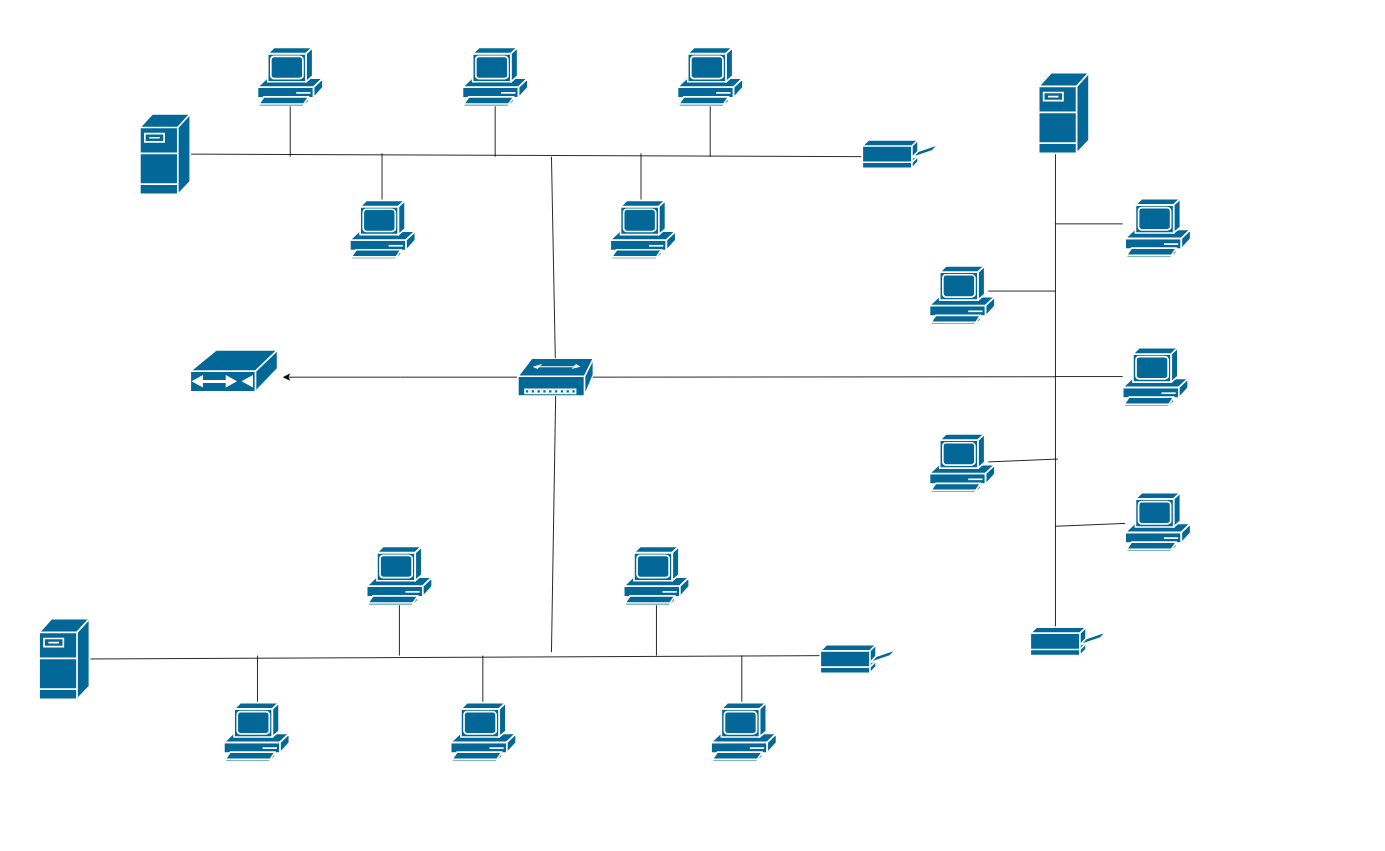
This is Files/IT Infrastracture.drawio from Jocriaus/Diagrams, a draw.io file, before an edit. Source tidied: cells renumbered, new cells numbered last; positions are measured from the earlier drawing's top-left corner, leaving out a move shared by most shapes. Both pictures are drawn from the tidied source at 84%, with x=0, y=0 at pixel (39, 47).
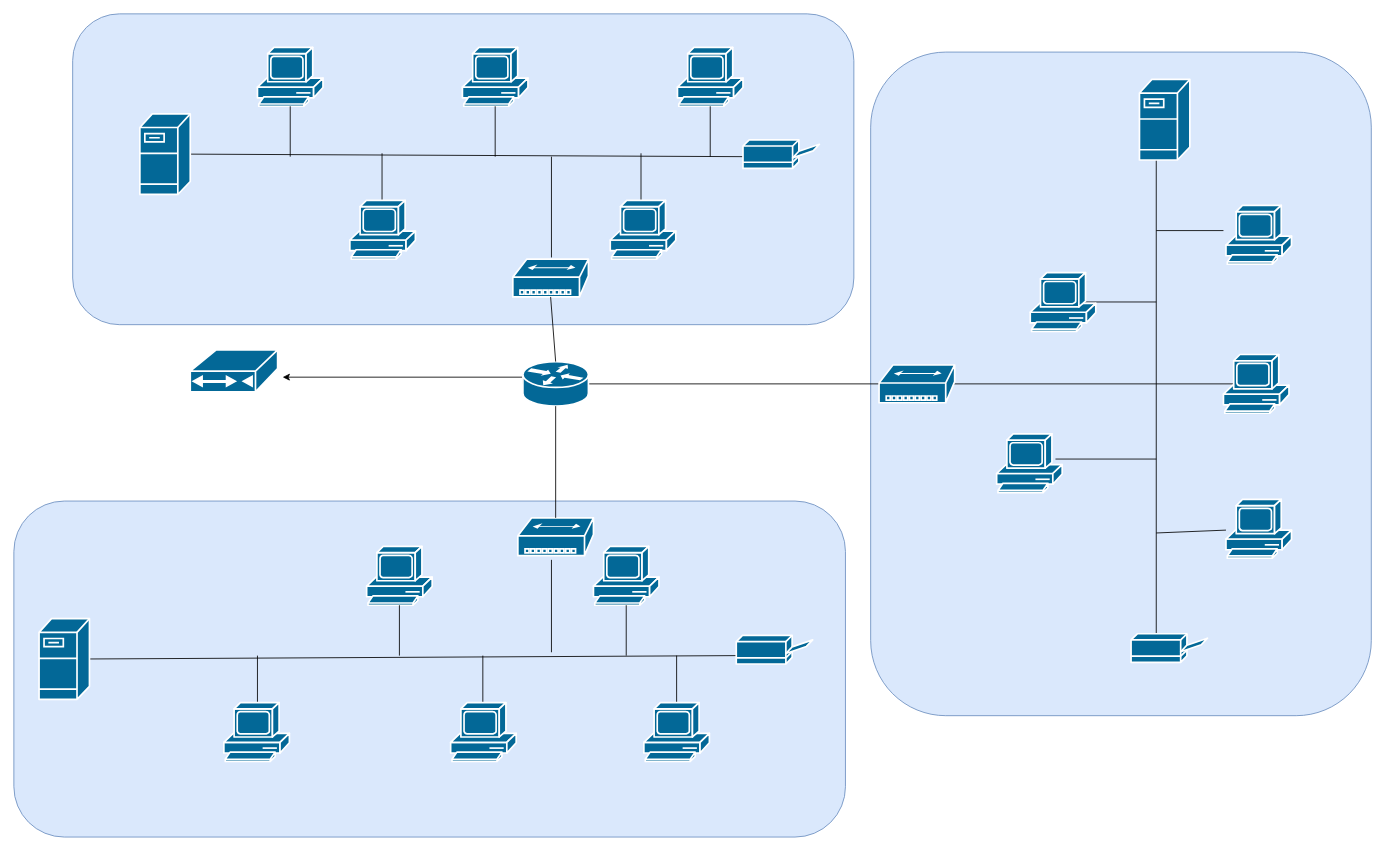
The same page after the edit.

The change refers to these unchanged cells:
```xml
<mxCell id="28" style="shape=mxgraph.cisco.servers.fileserver;html=1;dashed=0;fillColor=#036897;strokeColor=#ffffff;strokeWidth=2;verticalLabelPosition=bottom;verticalAlign=top;align=center;outlineConnect=0;" parent="1" vertex="1">
  <mxGeometry x="120" y="79" width="60" height="96" as="geometry" />
</mxCell>
<mxCell id="30" style="shape=mxgraph.cisco.servers.fileserver;html=1;dashed=0;fillColor=#036897;strokeColor=#ffffff;strokeWidth=2;verticalLabelPosition=bottom;verticalAlign=top;align=center;outlineConnect=0;" parent="1" vertex="1">
  <mxGeometry y="680" width="60" height="96" as="geometry" />
</mxCell>
```

What changed in the source:
```diff
@@
+    <mxCell id="47" style="rounded=1;whiteSpace=wrap;html=1;fillColor=#dae8fc;strokeColor=#6c8ebf;fontColor=default;" parent="1" vertex="1">
+      <mxGeometry x="40" y="-40" width="930" height="370" as="geometry" />
+    </mxCell>
+    <mxCell id="48" style="rounded=1;whiteSpace=wrap;html=1;fillColor=#dae8fc;strokeColor=#6c8ebf;fontColor=default;" parent="1" vertex="1">
+      <mxGeometry x="990" y="5.5" width="596" height="790" as="geometry" />
+    </mxCell>
+    <mxCell id="49" style="rounded=1;whiteSpace=wrap;html=1;fillColor=#dae8fc;strokeColor=#6c8ebf;fontColor=default;" parent="1" vertex="1">
+      <mxGeometry x="-30" y="540" width="990" height="400" as="geometry" />
+    </mxCell>
@@
-    <mxCell id="5" style="endArrow=none;html=1;exitX=1;exitY=0.5;exitDx=0;exitDy=0;exitPerimeter=0;" parent="1" edge="1" source="28">
+    <mxCell id="5" style="endArrow=none;html=1;exitX=1;exitY=0.5;exitDx=0;exitDy=0;exitPerimeter=0;strokeColor=default;labelBackgroundColor=default;fontColor=default;" parent="1" edge="1" source="28">
       <mxGeometry relative="1" as="geometry">
-        <mxPoint x="980" y="130" as="targetPoint" />
+        <mxPoint x="840" y="130" as="targetPoint" />
       </mxGeometry>
     </mxCell>
@@
-    <mxCell id="9" style="shape=mxgraph.cisco.computers_and_peripherals.printer;html=1;dashed=0;fillColor=#036897;strokeColor=#ffffff;strokeWidth=2;verticalLabelPosition=bottom;verticalAlign=top;align=center;" parent="1" vertex="1">
-      <mxGeometry x="980" y="110" width="91" height="34" as="geometry" />
+    <mxCell id="9" style="shape=mxgraph.cisco.computers_and_peripherals.printer;html=1;dashed=0;fillColor=#036897;strokeColor=#ffffff;strokeWidth=2;verticalLabelPosition=bottom;verticalAlign=top;align=center;fontColor=default;" parent="1" vertex="1">
+      <mxGeometry x="838" y="110" width="91" height="34" as="geometry" />
     </mxCell>
-    <mxCell id="10" style="endArrow=none;html=1;" parent="1" edge="1">
+    <mxCell id="10" style="endArrow=none;html=1;fontColor=default;" parent="1" edge="1">
       <mxGeometry relative="1" as="geometry">
-        <mxPoint x="1210" y="690" as="sourcePoint" />
-        <mxPoint x="1210" y="120" as="targetPoint" />
+        <mxPoint x="1330" y="698" as="sourcePoint" />
+        <mxPoint x="1330" y="128" as="targetPoint" />
       </mxGeometry>
     </mxCell>
-    <mxCell id="11" style="edgeStyle=orthogonalEdgeStyle;rounded=0;jettySize=auto;html=1;" parent="1" edge="1" source="12">
+    <mxCell id="11" style="edgeStyle=orthogonalEdgeStyle;rounded=0;jettySize=auto;html=1;strokeColor=default;labelBackgroundColor=default;fontColor=default;exitX=0;exitY=0.5;exitDx=0;exitDy=0;exitPerimeter=0;" parent="1" edge="1" source="53">
       <mxGeometry relative="1" as="geometry">
         <mxPoint x="290" y="392.5" as="targetPoint" />
+        <Array as="points">
+          <mxPoint x="576" y="393" />
+        </Array>
       </mxGeometry>
     </mxCell>
-    <mxCell id="12" style="shape=mxgraph.cisco.hubs_and_gateways.small_hub;html=1;dashed=0;fillColor=#036897;strokeColor=#ffffff;strokeWidth=2;verticalLabelPosition=bottom;verticalAlign=top;align=center;outlineConnect=0;" parent="1" vertex="1">
-      <mxGeometry x="570" y="370" width="90" height="45" as="geometry" />
+    <mxCell id="12" style="shape=mxgraph.cisco.hubs_and_gateways.small_hub;html=1;dashed=0;fillColor=#036897;strokeColor=#ffffff;strokeWidth=2;verticalLabelPosition=bottom;verticalAlign=top;align=center;outlineConnect=0;fontColor=default;" parent="1" vertex="1">
+      <mxGeometry x="564" y="252" width="90" height="45" as="geometry" />
     </mxCell>
-    <mxCell id="13" style="endArrow=none;html=1;exitX=0.99;exitY=0.5;exitDx=0;exitDy=0;exitPerimeter=0;" parent="1" edge="1" source="12">
-      <mxGeometry relative="1" as="geometry">
-        <mxPoint x="1210" y="392" as="targetPoint" />
-      </mxGeometry>
+    <mxCell id="13" style="endArrow=none;html=1;strokeColor=default;labelBackgroundColor=default;fontColor=default;entryX=0.16;entryY=0.5;entryDx=0;entryDy=0;entryPerimeter=0;exitX=1;exitY=0.5;exitDx=0;exitDy=0;exitPerimeter=0;" parent="1" edge="1" source="53" target="43">
+      <mxGeometry relative="1" as="geometry" />
     </mxCell>
-    <mxCell id="14" style="endArrow=none;html=1;" parent="1" edge="1" source="12">
+    <mxCell id="14" style="endArrow=none;html=1;strokeColor=default;labelBackgroundColor=default;fontColor=default;" parent="1" edge="1">
       <mxGeometry relative="1" as="geometry">
+        <mxPoint x="610" y="250" as="sourcePoint" />
         <mxPoint x="610" y="130" as="targetPoint" />
       </mxGeometry>
     </mxCell>
-    <mxCell id="15" style="endArrow=none;html=1;" parent="1" edge="1">
+    <mxCell id="15" style="endArrow=none;html=1;fontColor=default;" parent="1" edge="1">
       <mxGeometry relative="1" as="geometry">
-        <mxPoint x="1210" y="210" as="sourcePoint" />
-        <mxPoint x="1290" y="210" as="targetPoint" />
+        <mxPoint x="1330" y="218" as="sourcePoint" />
+        <mxPoint x="1410" y="218" as="targetPoint" />
       </mxGeometry>
     </mxCell>
-    <mxCell id="16" style="endArrow=none;html=1;" parent="1" edge="1">
-      <mxGeometry relative="1" as="geometry">
-        <mxPoint x="1210" y="391.8" as="sourcePoint" />
-        <mxPoint x="1290" y="391.8" as="targetPoint" />
-      </mxGeometry>
-    </mxCell>
-    <mxCell id="17" style="endArrow=none;html=1;" parent="1" edge="1">
+    <mxCell id="17" style="endArrow=none;html=1;fontColor=default;" parent="1" edge="1">
       <mxGeometry relative="1" as="geometry">
-        <mxPoint x="1210" y="570" as="sourcePoint" />
-        <mxPoint x="1293" y="566.6" as="targetPoint" />
+        <mxPoint x="1330" y="578" as="sourcePoint" />
+        <mxPoint x="1413" y="574.6" as="targetPoint" />
       </mxGeometry>
     </mxCell>
-    <mxCell id="18" style="shape=mxgraph.cisco.computers_and_peripherals.pc;html=1;dashed=0;fillColor=#036897;strokeColor=#ffffff;strokeWidth=2;verticalLabelPosition=bottom;verticalAlign=top;align=center;" parent="1" vertex="1">
-      <mxGeometry x="1293" y="180" width="78" height="70" as="geometry" />
+    <mxCell id="18" style="shape=mxgraph.cisco.computers_and_peripherals.pc;html=1;dashed=0;fillColor=#036897;strokeColor=#ffffff;strokeWidth=2;verticalLabelPosition=bottom;verticalAlign=top;align=center;fontColor=default;" parent="1" vertex="1">
+      <mxGeometry x="1413" y="188" width="78" height="70" as="geometry" />
     </mxCell>
-    <mxCell id="19" style="shape=mxgraph.cisco.computers_and_peripherals.printer;html=1;dashed=0;fillColor=#036897;strokeColor=#ffffff;strokeWidth=2;verticalLabelPosition=bottom;verticalAlign=top;align=center;" parent="1" vertex="1">
-      <mxGeometry x="1180" y="690" width="91" height="34" as="geometry" />
+    <mxCell id="19" style="shape=mxgraph.cisco.computers_and_peripherals.printer;html=1;dashed=0;fillColor=#036897;strokeColor=#ffffff;strokeWidth=2;verticalLabelPosition=bottom;verticalAlign=top;align=center;fontColor=default;" parent="1" vertex="1">
+      <mxGeometry x="1300" y="698" width="91" height="34" as="geometry" />
     </mxCell>
-    <mxCell id="20" style="endArrow=none;html=1;entryX=0.5;entryY=1;entryDx=0;entryDy=0;entryPerimeter=0;" parent="1" edge="1" target="12">
-      <mxGeometry relative="1" as="geometry">
-        <mxPoint x="610" y="720" as="sourcePoint" />
-      </mxGeometry>
-    </mxCell>
-    <mxCell id="21" style="endArrow=none;html=1;exitX=1;exitY=0.5;exitDx=0;exitDy=0;exitPerimeter=0;" parent="1" edge="1" source="30">
+    <mxCell id="21" style="endArrow=none;html=1;exitX=1;exitY=0.5;exitDx=0;exitDy=0;exitPerimeter=0;strokeColor=default;labelBackgroundColor=default;fontColor=default;" parent="1" edge="1" source="30">
       <mxGeometry relative="1" as="geometry">
-        <mxPoint x="940" y="724" as="targetPoint" />
+        <mxPoint x="830" y="724" as="targetPoint" />
       </mxGeometry>
     </mxCell>
@@
-    <mxCell id="23" style="endArrow=none;html=1;entryX=0.5;entryY=1;entryDx=0;entryDy=0;entryPerimeter=0;" parent="1" edge="1">
+    <mxCell id="23" style="endArrow=none;html=1;exitX=0.5;exitY=0;exitDx=0;exitDy=0;exitPerimeter=0;strokeColor=default;labelBackgroundColor=default;fontColor=default;" parent="1" edge="1" source="25">
       <mxGeometry relative="1" as="geometry">
-        <mxPoint x="836.6" y="784" as="sourcePoint" />
-        <mxPoint x="836.6" y="724" as="targetPoint" />
+        <mxPoint x="759" y="724" as="targetPoint" />
       </mxGeometry>
     </mxCell>
@@
-    <mxCell id="25" style="shape=mxgraph.cisco.computers_and_peripherals.pc;html=1;dashed=0;fillColor=#036897;strokeColor=#ffffff;strokeWidth=2;verticalLabelPosition=bottom;verticalAlign=top;align=center;outlineConnect=0;" parent="1" vertex="1">
-      <mxGeometry x="800" y="780" width="78" height="70" as="geometry" />
+    <mxCell id="25" style="shape=mxgraph.cisco.computers_and_peripherals.pc;html=1;dashed=0;fillColor=#036897;strokeColor=#ffffff;strokeWidth=2;verticalLabelPosition=bottom;verticalAlign=top;align=center;outlineConnect=0;fontColor=default;" parent="1" vertex="1">
+      <mxGeometry x="720" y="780" width="78" height="70" as="geometry" />
     </mxCell>
@@
-    <mxCell id="29" style="shape=mxgraph.cisco.servers.fileserver;html=1;dashed=0;fillColor=#036897;strokeColor=#ffffff;strokeWidth=2;verticalLabelPosition=bottom;verticalAlign=top;align=center;" parent="1" vertex="1">
-      <mxGeometry x="1190" y="30" width="60" height="96" as="geometry" />
+    <mxCell id="29" style="shape=mxgraph.cisco.servers.fileserver;html=1;dashed=0;fillColor=#036897;strokeColor=#ffffff;strokeWidth=2;verticalLabelPosition=bottom;verticalAlign=top;align=center;fontColor=default;" parent="1" vertex="1">
+      <mxGeometry x="1310" y="38" width="60" height="96" as="geometry" />
     </mxCell>
@@
-    <mxCell id="31" style="shape=mxgraph.cisco.computers_and_peripherals.printer;html=1;dashed=0;fillColor=#036897;strokeColor=#ffffff;strokeWidth=2;verticalLabelPosition=bottom;verticalAlign=top;align=center;" parent="1" vertex="1">
-      <mxGeometry x="930" y="711" width="91" height="34" as="geometry" />
+    <mxCell id="31" style="shape=mxgraph.cisco.computers_and_peripherals.printer;html=1;dashed=0;fillColor=#036897;strokeColor=#ffffff;strokeWidth=2;verticalLabelPosition=bottom;verticalAlign=top;align=center;fontColor=default;" parent="1" vertex="1">
+      <mxGeometry x="830" y="700" width="91" height="34" as="geometry" />
     </mxCell>
@@
-    <mxCell id="33" style="shape=mxgraph.cisco.computers_and_peripherals.pc;html=1;dashed=0;fillColor=#036897;strokeColor=#ffffff;strokeWidth=2;verticalLabelPosition=bottom;verticalAlign=top;align=center;outlineConnect=0;" parent="1" vertex="1">
-      <mxGeometry x="696" y="594" width="78" height="70" as="geometry" />
+    <mxCell id="33" style="shape=mxgraph.cisco.computers_and_peripherals.pc;html=1;dashed=0;fillColor=#036897;strokeColor=#ffffff;strokeWidth=2;verticalLabelPosition=bottom;verticalAlign=top;align=center;outlineConnect=0;fontColor=default;" parent="1" vertex="1">
+      <mxGeometry x="660" y="594" width="78" height="70" as="geometry" />
     </mxCell>
@@
-    <mxCell id="36" style="endArrow=none;html=1;entryX=0.5;entryY=1;entryDx=0;entryDy=0;entryPerimeter=0;" parent="1" edge="1" target="33">
+    <mxCell id="36" style="endArrow=none;html=1;entryX=0.5;entryY=1;entryDx=0;entryDy=0;entryPerimeter=0;strokeColor=default;labelBackgroundColor=default;fontColor=default;" parent="1" edge="1" target="33">
       <mxGeometry relative="1" as="geometry">
-        <mxPoint x="735" y="724" as="sourcePoint" />
+        <mxPoint x="699" y="724" as="sourcePoint" />
       </mxGeometry>
     </mxCell>
@@
-    <mxCell id="41" style="endArrow=none;html=1;" parent="1" edge="1">
+    <mxCell id="41" style="endArrow=none;html=1;exitX=0.83;exitY=0.5;exitDx=0;exitDy=0;exitPerimeter=0;strokeColor=default;labelBackgroundColor=default;fontColor=default;" parent="1" edge="1" source="45">
       <mxGeometry relative="1" as="geometry">
-        <mxPoint x="1130" y="290" as="sourcePoint" />
-        <mxPoint x="1210" y="290" as="targetPoint" />
+        <mxPoint x="1330" y="303" as="targetPoint" />
       </mxGeometry>
     </mxCell>
-    <mxCell id="42" style="endArrow=none;html=1;" parent="1" edge="1">
+    <mxCell id="42" style="endArrow=none;html=1;strokeColor=default;labelBackgroundColor=default;fontColor=default;" parent="1" edge="1">
       <mxGeometry relative="1" as="geometry">
-        <mxPoint x="1130" y="493.4" as="sourcePoint" />
-        <mxPoint x="1213" y="490" as="targetPoint" />
+        <mxPoint x="1210" y="490" as="sourcePoint" />
+        <mxPoint x="1330" y="490" as="targetPoint" />
       </mxGeometry>
     </mxCell>
-    <mxCell id="43" style="shape=mxgraph.cisco.computers_and_peripherals.pc;html=1;dashed=0;fillColor=#036897;strokeColor=#ffffff;strokeWidth=2;verticalLabelPosition=bottom;verticalAlign=top;align=center;outlineConnect=0;" parent="1" vertex="1">
-      <mxGeometry x="1290" y="357.5" width="78" height="70" as="geometry" />
+    <mxCell id="43" style="shape=mxgraph.cisco.computers_and_peripherals.pc;html=1;dashed=0;fillColor=#036897;strokeColor=#ffffff;strokeWidth=2;verticalLabelPosition=bottom;verticalAlign=top;align=center;outlineConnect=0;fontColor=default;" parent="1" vertex="1">
+      <mxGeometry x="1410" y="365.5" width="78" height="70" as="geometry" />
     </mxCell>
-    <mxCell id="44" style="shape=mxgraph.cisco.computers_and_peripherals.pc;html=1;dashed=0;fillColor=#036897;strokeColor=#ffffff;strokeWidth=2;verticalLabelPosition=bottom;verticalAlign=top;align=center;" parent="1" vertex="1">
-      <mxGeometry x="1293" y="530" width="78" height="70" as="geometry" />
+    <mxCell id="44" style="shape=mxgraph.cisco.computers_and_peripherals.pc;html=1;dashed=0;fillColor=#036897;strokeColor=#ffffff;strokeWidth=2;verticalLabelPosition=bottom;verticalAlign=top;align=center;fontColor=default;" parent="1" vertex="1">
+      <mxGeometry x="1413" y="538" width="78" height="70" as="geometry" />
     </mxCell>
-    <mxCell id="45" style="shape=mxgraph.cisco.computers_and_peripherals.pc;html=1;dashed=0;fillColor=#036897;strokeColor=#ffffff;strokeWidth=2;verticalLabelPosition=bottom;verticalAlign=top;align=center;outlineConnect=0;" parent="1" vertex="1">
-      <mxGeometry x="1060" y="260" width="78" height="70" as="geometry" />
+    <mxCell id="45" style="shape=mxgraph.cisco.computers_and_peripherals.pc;html=1;dashed=0;fillColor=#036897;strokeColor=#ffffff;strokeWidth=2;verticalLabelPosition=bottom;verticalAlign=top;align=center;outlineConnect=0;fontColor=default;" parent="1" vertex="1">
+      <mxGeometry x="1180" y="268" width="78" height="70" as="geometry" />
     </mxCell>
-    <mxCell id="46" style="shape=mxgraph.cisco.computers_and_peripherals.pc;html=1;dashed=0;fillColor=#036897;strokeColor=#ffffff;strokeWidth=2;verticalLabelPosition=bottom;verticalAlign=top;align=center;" parent="1" vertex="1">
-      <mxGeometry x="1060" y="460" width="78" height="70" as="geometry" />
+    <mxCell id="46" style="shape=mxgraph.cisco.computers_and_peripherals.pc;html=1;dashed=0;fillColor=#036897;strokeColor=#ffffff;strokeWidth=2;verticalLabelPosition=bottom;verticalAlign=top;align=center;fontColor=default;" parent="1" vertex="1">
+      <mxGeometry x="1140" y="460" width="78" height="70" as="geometry" />
     </mxCell>
+    <mxCell id="50" style="shape=mxgraph.cisco.hubs_and_gateways.small_hub;html=1;dashed=0;fillColor=#036897;strokeColor=#ffffff;strokeWidth=2;verticalLabelPosition=bottom;verticalAlign=top;align=center;outlineConnect=0;fontColor=default;" parent="1" vertex="1">
+      <mxGeometry x="570" y="560" width="90" height="45" as="geometry" />
+    </mxCell>
+    <mxCell id="51" style="endArrow=none;html=1;strokeColor=default;labelBackgroundColor=default;fontColor=default;" parent="1" edge="1">
+      <mxGeometry relative="1" as="geometry">
+        <mxPoint x="610" y="720" as="sourcePoint" />
+        <mxPoint x="610" y="610" as="targetPoint" />
+      </mxGeometry>
+    </mxCell>
+    <mxCell id="52" style="shape=mxgraph.cisco.hubs_and_gateways.small_hub;html=1;dashed=0;fillColor=#036897;strokeColor=#ffffff;strokeWidth=2;verticalLabelPosition=bottom;verticalAlign=top;align=center;fontColor=default;" parent="1" vertex="1">
+      <mxGeometry x="1000" y="378" width="90" height="45" as="geometry" />
+    </mxCell>
+    <mxCell id="53" style="shape=mxgraph.cisco.routers.router;sketch=0;html=1;dashed=0;fillColor=#036897;strokeColor=#ffffff;strokeWidth=2;verticalLabelPosition=bottom;verticalAlign=top;align=center;outlineConnect=0;rounded=1;labelBackgroundColor=default;fontColor=default;" parent="1" vertex="1">
+      <mxGeometry x="576" y="374" width="78" height="53" as="geometry" />
+    </mxCell>
+    <mxCell id="54" style="endArrow=none;html=1;strokeColor=default;labelBackgroundColor=default;fontColor=default;entryX=0.5;entryY=0;entryDx=0;entryDy=0;entryPerimeter=0;exitX=0.5;exitY=1;exitDx=0;exitDy=0;exitPerimeter=0;" parent="1" edge="1" source="53" target="50">
+      <mxGeometry relative="1" as="geometry" />
+    </mxCell>
+    <mxCell id="55" style="endArrow=none;html=1;strokeColor=default;labelBackgroundColor=default;fontColor=default;entryX=0.5;entryY=0;entryDx=0;entryDy=0;entryPerimeter=0;exitX=0.5;exitY=1;exitDx=0;exitDy=0;exitPerimeter=0;" parent="1" edge="1" source="12" target="53">
+      <mxGeometry relative="1" as="geometry" />
+    </mxCell>
```
